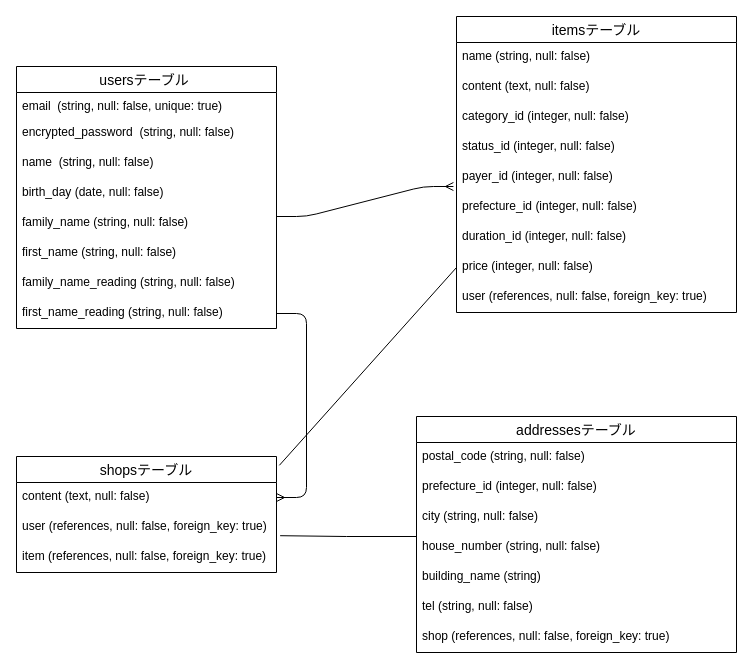
The draw.io diagram furima-39267.dio in okuroshiro/furima-39267, before the edit. Source tidied: cells renumbered, new cells numbered last; positions are measured from the earlier drawing's top-left corner, leaving out a move shared by most shapes. Both pictures are drawn from the tidied source at 100%, with x=0, y=0 at pixel (16, 16).
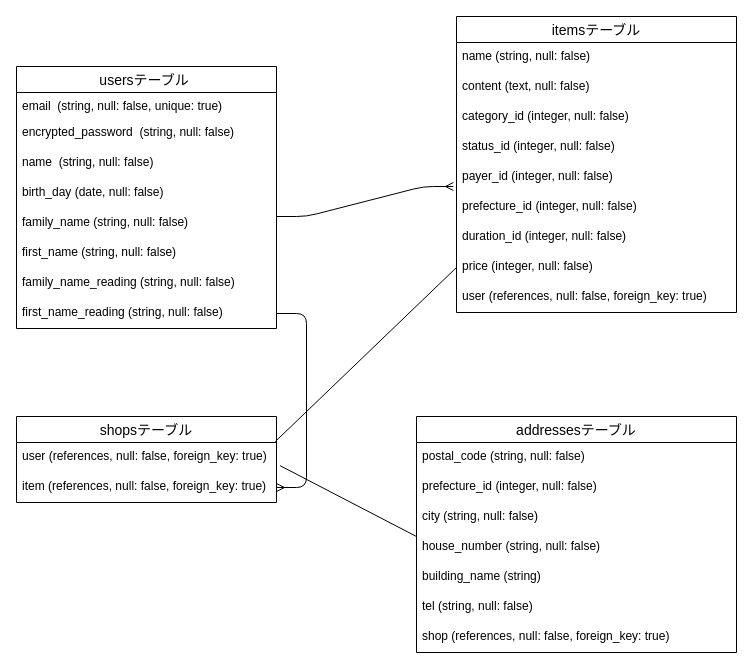
Above is the later version.

Commit message (it also covers changes not shown here):
データベース設計　修正

Unchanged cells that the change refers to:
```xml
<mxCell id="10" value="first_name_reading (string, null: false)" style="text;strokeColor=none;fillColor=none;spacingLeft=4;spacingRight=4;overflow=hidden;points=[[0,0.5],[1,0.5]];portConstraint=eastwest;fontSize=12;" parent="2" vertex="1">
  <mxGeometry y="232" width="260" height="30" as="geometry" />
</mxCell>
<mxCell id="19" value="price (integer, null: false)" style="text;strokeColor=none;fillColor=none;spacingLeft=4;spacingRight=4;overflow=hidden;points=[[0,0.5],[1,0.5]];portConstraint=eastwest;fontSize=12;" parent="11" vertex="1">
  <mxGeometry y="236" width="280" height="30" as="geometry" />
</mxCell>
```

What changed in the source:
```diff
@@
     <mxCell id="29" value="shopsテーブル" style="swimlane;fontStyle=0;horizontal=1;startSize=26;align=center;fontSize=14;" parent="1" vertex="1">
-      <mxGeometry y="440" width="260" height="116" as="geometry" />
+      <mxGeometry y="400" width="260" height="86" as="geometry" />
     </mxCell>
-    <mxCell id="30" value="content (text, null: false)" style="text;strokeColor=none;fillColor=none;spacingLeft=4;spacingRight=4;overflow=hidden;points=[[0,0.5],[1,0.5]];portConstraint=eastwest;fontSize=12;" parent="29" vertex="1">
-      <mxGeometry y="26" width="260" height="30" as="geometry" />
-    </mxCell>
     <mxCell id="31" value="user (references, null: false, foreign_key: true)" style="text;strokeColor=none;fillColor=none;spacingLeft=4;spacingRight=4;overflow=hidden;points=[[0,0.5],[1,0.5]];portConstraint=eastwest;fontSize=12;" parent="29" vertex="1">
-      <mxGeometry y="56" width="260" height="30" as="geometry" />
+      <mxGeometry y="26" width="260" height="30" as="geometry" />
     </mxCell>
     <mxCell id="32" value="item (references, null: false, foreign_key: true)" style="text;strokeColor=none;fillColor=none;spacingLeft=4;spacingRight=4;overflow=hidden;points=[[0,0.5],[1,0.5]];portConstraint=eastwest;fontSize=12;" parent="29" vertex="1">
-      <mxGeometry y="86" width="260" height="30" as="geometry" />
+      <mxGeometry y="56" width="260" height="30" as="geometry" />
     </mxCell>
@@
     <mxCell id="34" style="endArrow=none;html=1;rounded=0;exitX=1.014;exitY=0.773;exitDx=0;exitDy=0;exitPerimeter=0;" parent="1" edge="1" source="31">
       <mxGeometry relative="1" as="geometry">
         <mxPoint x="400" y="520" as="targetPoint" />
-        <Array as="points">
-          <mxPoint x="330" y="520" />
-        </Array>
       </mxGeometry>
     </mxCell>
-    <mxCell id="35" style="endArrow=none;html=1;rounded=0;entryX=0;entryY=0.5;entryDx=0;entryDy=0;exitX=1.011;exitY=0.076;exitDx=0;exitDy=0;exitPerimeter=0;" parent="1" edge="1" source="29" target="19">
+    <mxCell id="35" style="endArrow=none;html=1;rounded=0;entryX=0;entryY=0.5;entryDx=0;entryDy=0;exitX=0.995;exitY=-0.027;exitDx=0;exitDy=0;exitPerimeter=0;" parent="1" edge="1" source="31" target="19">
       <mxGeometry relative="1" as="geometry" />
     </mxCell>
@@
-    <mxCell id="37" style="edgeStyle=entityRelationEdgeStyle;fontSize=12;html=1;endArrow=ERmany;exitX=1;exitY=0.5;exitDx=0;exitDy=0;entryX=1;entryY=0.5;entryDx=0;entryDy=0;" parent="1" edge="1" source="10" target="30">
+    <mxCell id="37" style="edgeStyle=entityRelationEdgeStyle;fontSize=12;html=1;endArrow=ERmany;exitX=1;exitY=0.5;exitDx=0;exitDy=0;" parent="1" edge="1" source="10" target="32">
       <mxGeometry relative="1" as="geometry" />
     </mxCell>
```
